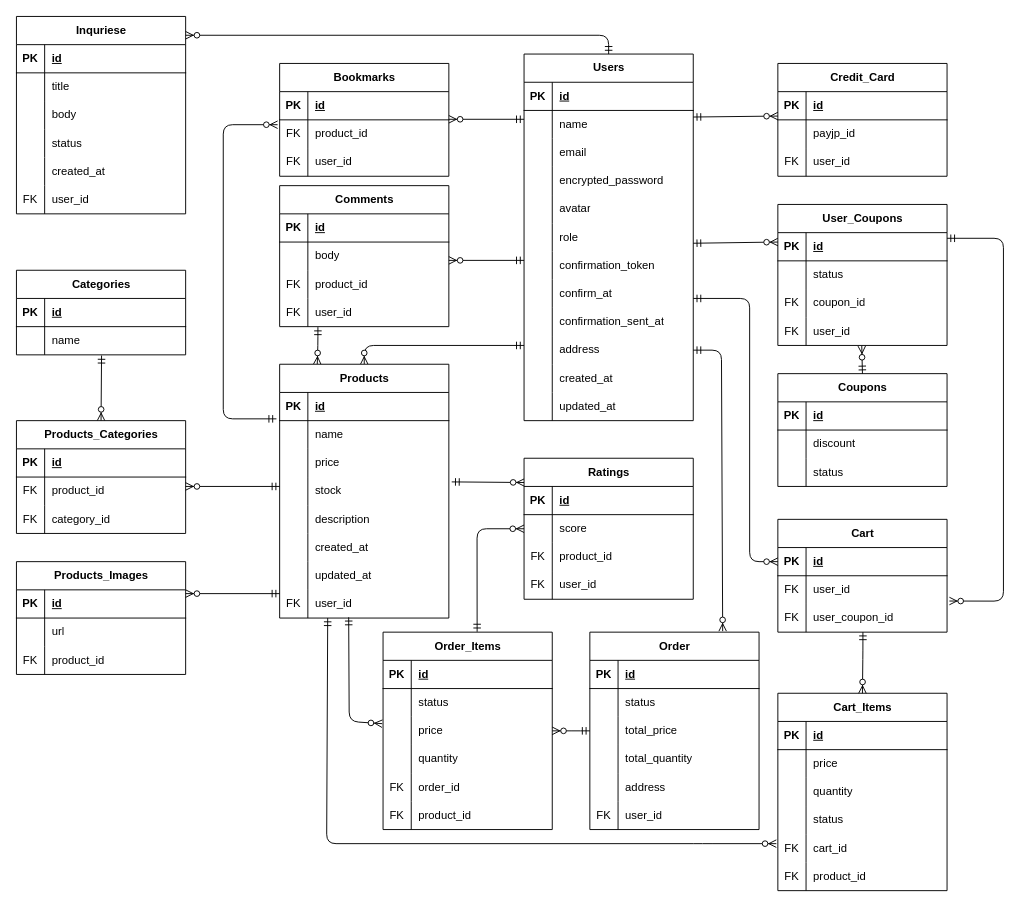
abe-yusuke-6706/enviroment-to-try keeps this draw.io diagram as backend/database_model_er.dio. Above is the earlier version. Source tidied: cells renumbered, new cells numbered last; positions are measured from the earlier drawing's top-left corner, leaving out a move shared by most shapes. Both pictures are drawn from the tidied source at 94%, with x=0, y=0 at pixel (16, 16).
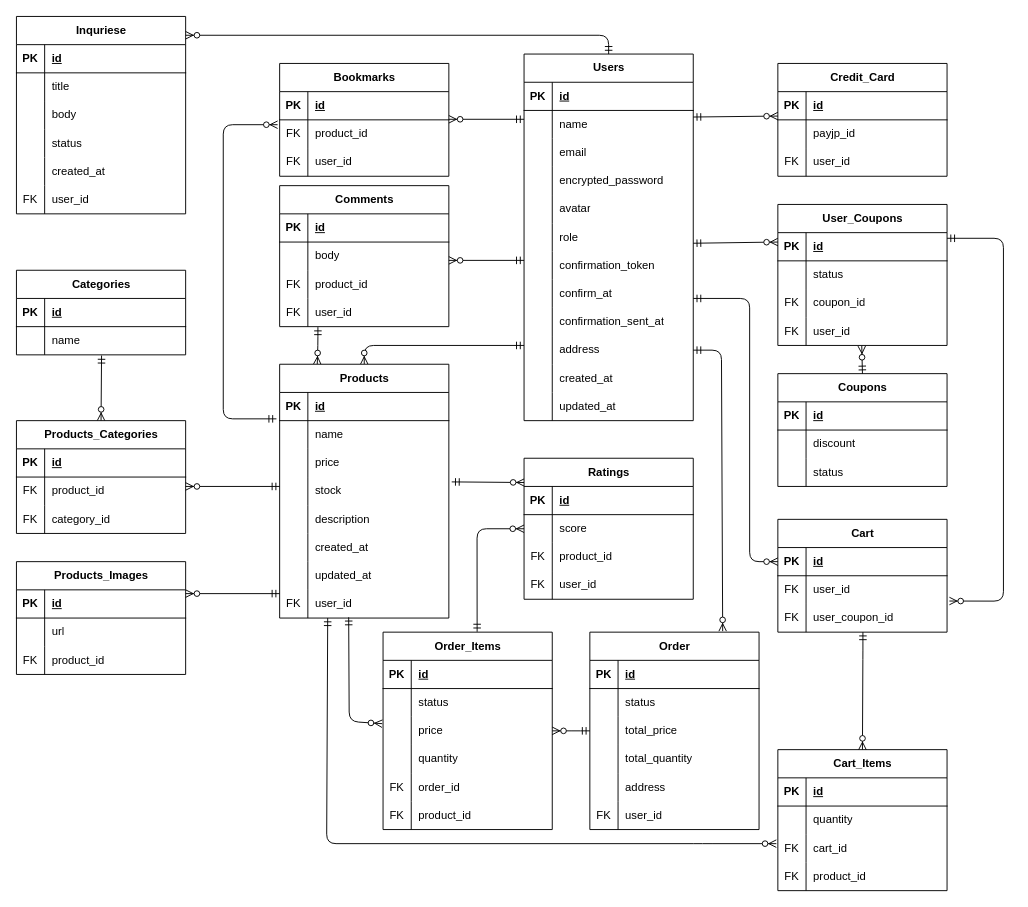
After the change.

Change to the diagram source:
```diff
@@
     <mxCell id="199" value="Cart_Items" style="shape=table;startSize=30;childLayout=tableLayout;rowLines=0;fontStyle=1;align=center;html=1;" parent="1" vertex="1">
-      <mxGeometry x="810" y="720" width="180" height="210" as="geometry" />
+      <mxGeometry x="810" y="780" width="180" height="150" as="geometry" />
     </mxCell>
@@
-    <mxCell id="203" style="shape=tableRow;horizontal=0;startSize=0;swimlaneHead=0;swimlaneBody=0;fillColor=none;top=0;left=0;right=0;bottom=0;" parent="199" vertex="1">
-      <mxGeometry y="60" width="180" height="30" as="geometry" />
-    </mxCell>
-    <mxCell id="204" style="shape=partialRectangle;fillColor=none;top=0;left=0;bottom=0;right=0;overflow=hidden;whiteSpace=wrap;html=1;" parent="203" vertex="1">
-      <mxGeometry width="30" height="30" as="geometry" />
-    </mxCell>
-    <mxCell id="205" value="&lt;span style=&quot;color: rgb(0, 0, 0);&quot;&gt;price&lt;/span&gt;" style="shape=partialRectangle;fillColor=none;top=0;left=0;bottom=0;right=0;align=left;spacingLeft=6;overflow=hidden;whiteSpace=wrap;html=1;" parent="203" vertex="1">
-      <mxGeometry x="30" width="150" height="30" as="geometry" />
-    </mxCell>
     <mxCell id="206" style="shape=tableRow;horizontal=0;startSize=0;swimlaneHead=0;swimlaneBody=0;fillColor=none;top=0;left=0;right=0;bottom=0;" parent="199" vertex="1">
-      <mxGeometry y="90" width="180" height="30" as="geometry" />
+      <mxGeometry y="60" width="180" height="30" as="geometry" />
     </mxCell>
@@
-    <mxCell id="209" style="shape=tableRow;horizontal=0;startSize=0;swimlaneHead=0;swimlaneBody=0;fillColor=none;top=0;left=0;right=0;bottom=0;" parent="199" vertex="1">
-      <mxGeometry y="120" width="180" height="30" as="geometry" />
-    </mxCell>
-    <mxCell id="210" style="shape=partialRectangle;fillColor=none;top=0;left=0;bottom=0;right=0;overflow=hidden;whiteSpace=wrap;html=1;" parent="209" vertex="1">
-      <mxGeometry width="30" height="30" as="geometry" />
-    </mxCell>
-    <mxCell id="211" value="status" style="shape=partialRectangle;fillColor=none;top=0;left=0;bottom=0;right=0;align=left;spacingLeft=6;overflow=hidden;whiteSpace=wrap;html=1;" parent="209" vertex="1">
-      <mxGeometry x="30" width="150" height="30" as="geometry" />
-    </mxCell>
     <mxCell id="212" style="shape=tableRow;horizontal=0;startSize=0;swimlaneHead=0;swimlaneBody=0;fillColor=none;points=[[0,0.5],[1,0.5]];portConstraint=eastwest;top=0;left=0;right=0;bottom=0;" parent="199" vertex="1">
-      <mxGeometry y="150" width="180" height="30" as="geometry" />
+      <mxGeometry y="90" width="180" height="30" as="geometry" />
     </mxCell>
@@
     <mxCell id="215" style="shape=tableRow;horizontal=0;startSize=0;swimlaneHead=0;swimlaneBody=0;fillColor=none;top=0;left=0;right=0;bottom=0;" parent="199" vertex="1">
-      <mxGeometry y="180" width="180" height="30" as="geometry" />
+      <mxGeometry y="120" width="180" height="30" as="geometry" />
     </mxCell>
```
